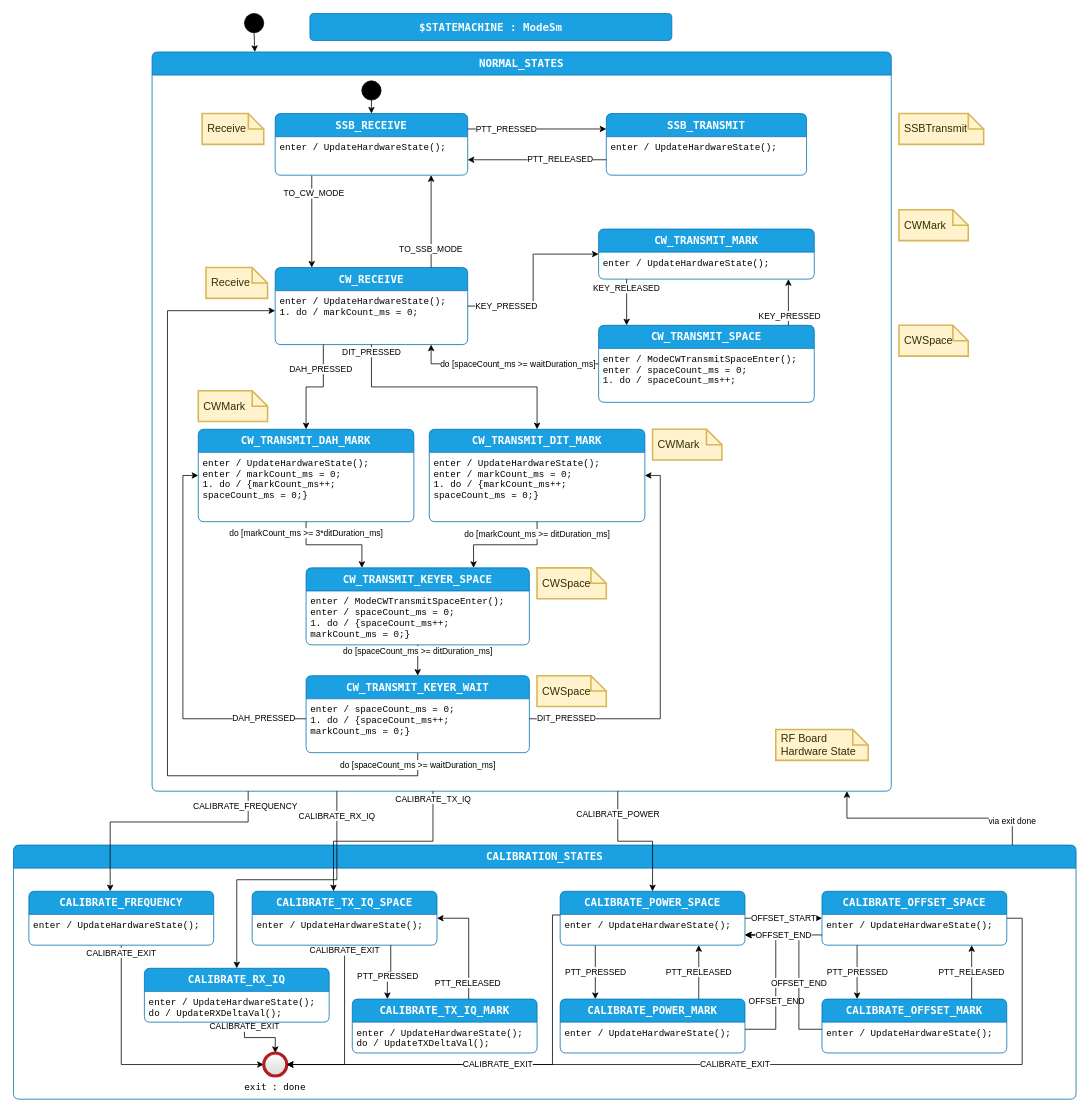
Above: page "design" (1 of 3) of code/src/PhoenixSketch/ModeSm.drawio in KI3P/Phoenix (draw.io), before the change. Source tidied: cells renumbered, new cells numbered last; positions are measured from the earlier drawing's top-left corner, leaving out a move shared by most shapes. Both pictures are drawn from the tidied source at 77%, with x=0, y=0 at pixel (13, 13).
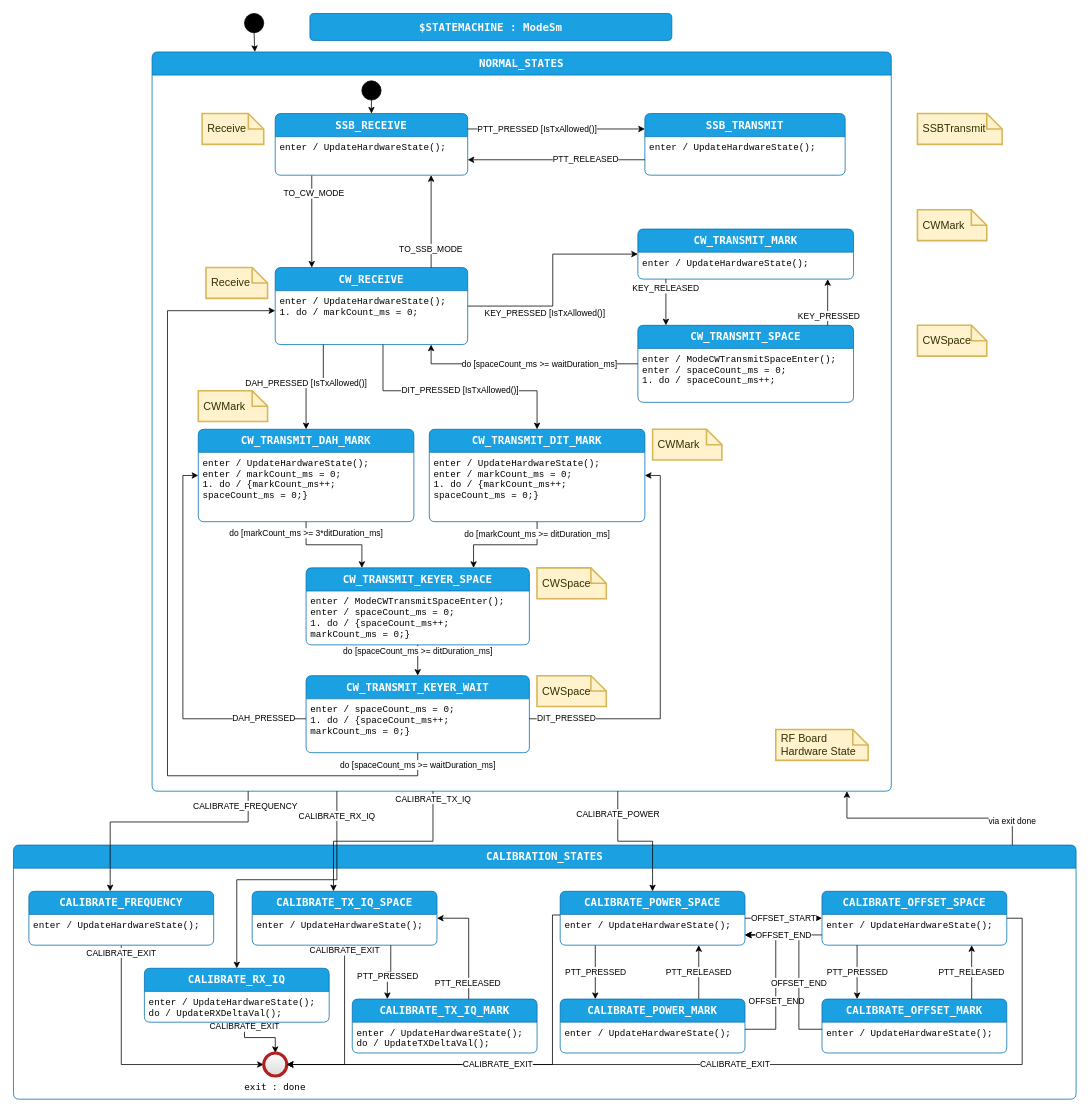
The same diagram, later.

The change refers to these unchanged cells:
```xml
<mxCell id="39" value="NORMAL_STATES" style="shape=swimlane;align=center;verticalAlign=top;fontFamily=Lucida Console;startSize=30;fontSize=14;fontStyle=1;fontColor=#ffffff;fillColor=#1ba1e2;swimlaneFillColor=default;rounded=1;arcSize=15;absoluteArcSize=1;points=[[0,0,0,0,0],[0,0.06,0,0,0],[0,0.13,0,0,0],[0,0.19,0,0,0],[0,0.25,0,0,0],[0,0.31,0,0,0],[0,0.38,0,0,0],[0,0.44,0,0,0],[0,0.5,0,0,0],[0,0.56,0,0,0],[0,0.63,0,0,0],[0,0.69,0,0,0],[0,0.75,0,0,0],[0,0.81,0,0,0],[0,0.88,0,0,0],[0,0.94,0,0,0],[0,1,0,0,0],[0.06,0,0,0,0],[0.06,1,0,0,0],[0.13,0,0,0,0],[0.13,1,0,0,0],[0.19,0,0,0,0],[0.19,1,0,0,0],[0.25,0,0,0,0],[0.25,1,0,0,0],[0.31,0,0,0,0],[0.31,1,0,0,0],[0.38,0,0,0,0],[0.38,1,0,0,0],[0.44,0,0,0,0],[0.44,1,0,0,0],[0.5,0,0,0,0],[0.5,1,0,0,0],[0.56,0,0,0,0],[0.56,1,0,0,0],[0.63,0,0,0,0],[0.63,1,0,0,0],[0.69,0,0,0,0],[0.69,1,0,0,0],[0.75,0,0,0,0],[0.75,1,0,0,0],[0.81,0,0,0,0],[0.81,1,0,0,0],[0.88,0,0,0,0],[0.88,1,0,0,0],[0.94,0,0,0,0],[0.94,1,0,0,0],[1,0,0,0,0],[1,0.06,0,0,0],[1,0.13,0,0,0],[1,0.19,0,0,0],[1,0.25,0,0,0],[1,0.31,0,0,0],[1,0.38,0,0,0],[1,0.44,0,0,0],[1,0.5,0,0,0],[1,0.56,0,0,0],[1,0.63,0,0,0],[1,0.69,0,0,0],[1,0.75,0,0,0],[1,0.81,0,0,0],[1,0.88,0,0,0],[1,0.94,0,0,0],[1,1,0,0,0]];strokeColor=#006EAF;" parent="1" vertex="1">
  <mxGeometry x="180" y="50" width="960" height="960" as="geometry" />
</mxCell>
<mxCell id="42" value="SSB_RECEIVE" style="shape=swimlane;align=center;verticalAlign=top;fontFamily=Lucida Console;startSize=30;fontSize=14;fontStyle=1;fontColor=#ffffff;fillColor=#1ba1e2;swimlaneFillColor=default;rounded=1;arcSize=15;absoluteArcSize=1;points=[[0,0,0,0,0],[0,0.06,0,0,0],[0,0.13,0,0,0],[0,0.19,0,0,0],[0,0.25,0,0,0],[0,0.31,0,0,0],[0,0.38,0,0,0],[0,0.44,0,0,0],[0,0.5,0,0,0],[0,0.56,0,0,0],[0,0.63,0,0,0],[0,0.69,0,0,0],[0,0.75,0,0,0],[0,0.81,0,0,0],[0,0.88,0,0,0],[0,0.94,0,0,0],[0,1,0,0,0],[0.06,0,0,0,0],[0.06,1,0,0,0],[0.13,0,0,0,0],[0.13,1,0,0,0],[0.19,0,0,0,0],[0.19,1,0,0,0],[0.25,0,0,0,0],[0.25,1,0,0,0],[0.31,0,0,0,0],[0.31,1,0,0,0],[0.38,0,0,0,0],[0.38,1,0,0,0],[0.44,0,0,0,0],[0.44,1,0,0,0],[0.5,0,0,0,0],[0.5,1,0,0,0],[0.56,0,0,0,0],[0.56,1,0,0,0],[0.63,0,0,0,0],[0.63,1,0,0,0],[0.69,0,0,0,0],[0.69,1,0,0,0],[0.75,0,0,0,0],[0.75,1,0,0,0],[0.81,0,0,0,0],[0.81,1,0,0,0],[0.88,0,0,0,0],[0.88,1,0,0,0],[0.94,0,0,0,0],[0.94,1,0,0,0],[1,0,0,0,0],[1,0.06,0,0,0],[1,0.13,0,0,0],[1,0.19,0,0,0],[1,0.25,0,0,0],[1,0.31,0,0,0],[1,0.38,0,0,0],[1,0.44,0,0,0],[1,0.5,0,0,0],[1,0.56,0,0,0],[1,0.63,0,0,0],[1,0.69,0,0,0],[1,0.75,0,0,0],[1,0.81,0,0,0],[1,0.88,0,0,0],[1,0.94,0,0,0],[1,1,0,0,0]];strokeColor=#006EAF;" parent="39" vertex="1">
  <mxGeometry x="159.9" y="80" width="250" height="80" as="geometry" />
</mxCell>
<mxCell id="44" value="CW_RECEIVE" style="shape=swimlane;align=center;verticalAlign=top;fontFamily=Lucida Console;startSize=30;fontSize=14;fontStyle=1;fontColor=#ffffff;fillColor=#1ba1e2;swimlaneFillColor=default;rounded=1;arcSize=15;absoluteArcSize=1;points=[[0,0,0,0,0],[0,0.06,0,0,0],[0,0.13,0,0,0],[0,0.19,0,0,0],[0,0.25,0,0,0],[0,0.31,0,0,0],[0,0.38,0,0,0],[0,0.44,0,0,0],[0,0.5,0,0,0],[0,0.56,0,0,0],[0,0.63,0,0,0],[0,0.69,0,0,0],[0,0.75,0,0,0],[0,0.81,0,0,0],[0,0.88,0,0,0],[0,0.94,0,0,0],[0,1,0,0,0],[0.06,0,0,0,0],[0.06,1,0,0,0],[0.13,0,0,0,0],[0.13,1,0,0,0],[0.19,0,0,0,0],[0.19,1,0,0,0],[0.25,0,0,0,0],[0.25,1,0,0,0],[0.31,0,0,0,0],[0.31,1,0,0,0],[0.38,0,0,0,0],[0.38,1,0,0,0],[0.44,0,0,0,0],[0.44,1,0,0,0],[0.5,0,0,0,0],[0.5,1,0,0,0],[0.56,0,0,0,0],[0.56,1,0,0,0],[0.63,0,0,0,0],[0.63,1,0,0,0],[0.69,0,0,0,0],[0.69,1,0,0,0],[0.75,0,0,0,0],[0.75,1,0,0,0],[0.81,0,0,0,0],[0.81,1,0,0,0],[0.88,0,0,0,0],[0.88,1,0,0,0],[0.94,0,0,0,0],[0.94,1,0,0,0],[1,0,0,0,0],[1,0.06,0,0,0],[1,0.13,0,0,0],[1,0.19,0,0,0],[1,0.25,0,0,0],[1,0.31,0,0,0],[1,0.38,0,0,0],[1,0.44,0,0,0],[1,0.5,0,0,0],[1,0.56,0,0,0],[1,0.63,0,0,0],[1,0.69,0,0,0],[1,0.75,0,0,0],[1,0.81,0,0,0],[1,0.88,0,0,0],[1,0.94,0,0,0],[1,1,0,0,0]];strokeColor=#006EAF;" parent="39" vertex="1">
  <mxGeometry x="159.9" y="280" width="250" height="100" as="geometry" />
</mxCell>
<mxCell id="61" value="CW_TRANSMIT_DIT_MARK" style="shape=swimlane;align=center;verticalAlign=top;fontFamily=Lucida Console;startSize=30;fontSize=14;fontStyle=1;fontColor=#ffffff;fillColor=#1ba1e2;swimlaneFillColor=default;rounded=1;arcSize=15;absoluteArcSize=1;points=[[0,0,0,0,0],[0,0.06,0,0,0],[0,0.13,0,0,0],[0,0.19,0,0,0],[0,0.25,0,0,0],[0,0.31,0,0,0],[0,0.38,0,0,0],[0,0.44,0,0,0],[0,0.5,0,0,0],[0,0.56,0,0,0],[0,0.63,0,0,0],[0,0.69,0,0,0],[0,0.75,0,0,0],[0,0.81,0,0,0],[0,0.88,0,0,0],[0,0.94,0,0,0],[0,1,0,0,0],[0.06,0,0,0,0],[0.06,1,0,0,0],[0.13,0,0,0,0],[0.13,1,0,0,0],[0.19,0,0,0,0],[0.19,1,0,0,0],[0.25,0,0,0,0],[0.25,1,0,0,0],[0.31,0,0,0,0],[0.31,1,0,0,0],[0.38,0,0,0,0],[0.38,1,0,0,0],[0.44,0,0,0,0],[0.44,1,0,0,0],[0.5,0,0,0,0],[0.5,1,0,0,0],[0.56,0,0,0,0],[0.56,1,0,0,0],[0.63,0,0,0,0],[0.63,1,0,0,0],[0.69,0,0,0,0],[0.69,1,0,0,0],[0.75,0,0,0,0],[0.75,1,0,0,0],[0.81,0,0,0,0],[0.81,1,0,0,0],[0.88,0,0,0,0],[0.88,1,0,0,0],[0.94,0,0,0,0],[0.94,1,0,0,0],[1,0,0,0,0],[1,0.06,0,0,0],[1,0.13,0,0,0],[1,0.19,0,0,0],[1,0.25,0,0,0],[1,0.31,0,0,0],[1,0.38,0,0,0],[1,0.44,0,0,0],[1,0.5,0,0,0],[1,0.56,0,0,0],[1,0.63,0,0,0],[1,0.69,0,0,0],[1,0.75,0,0,0],[1,0.81,0,0,0],[1,0.88,0,0,0],[1,0.94,0,0,0],[1,1,0,0,0]];strokeColor=#006EAF;" parent="39" vertex="1">
  <mxGeometry x="360" y="490" width="280" height="120" as="geometry" />
</mxCell>
<mxCell id="71" value="CW_TRANSMIT_DAH_MARK" style="shape=swimlane;align=center;verticalAlign=top;fontFamily=Lucida Console;startSize=30;fontSize=14;fontStyle=1;fontColor=#ffffff;fillColor=#1ba1e2;swimlaneFillColor=default;rounded=1;arcSize=15;absoluteArcSize=1;points=[[0,0,0,0,0],[0,0.06,0,0,0],[0,0.13,0,0,0],[0,0.19,0,0,0],[0,0.25,0,0,0],[0,0.31,0,0,0],[0,0.38,0,0,0],[0,0.44,0,0,0],[0,0.5,0,0,0],[0,0.56,0,0,0],[0,0.63,0,0,0],[0,0.69,0,0,0],[0,0.75,0,0,0],[0,0.81,0,0,0],[0,0.88,0,0,0],[0,0.94,0,0,0],[0,1,0,0,0],[0.06,0,0,0,0],[0.06,1,0,0,0],[0.13,0,0,0,0],[0.13,1,0,0,0],[0.19,0,0,0,0],[0.19,1,0,0,0],[0.25,0,0,0,0],[0.25,1,0,0,0],[0.31,0,0,0,0],[0.31,1,0,0,0],[0.38,0,0,0,0],[0.38,1,0,0,0],[0.44,0,0,0,0],[0.44,1,0,0,0],[0.5,0,0,0,0],[0.5,1,0,0,0],[0.56,0,0,0,0],[0.56,1,0,0,0],[0.63,0,0,0,0],[0.63,1,0,0,0],[0.69,0,0,0,0],[0.69,1,0,0,0],[0.75,0,0,0,0],[0.75,1,0,0,0],[0.81,0,0,0,0],[0.81,1,0,0,0],[0.88,0,0,0,0],[0.88,1,0,0,0],[0.94,0,0,0,0],[0.94,1,0,0,0],[1,0,0,0,0],[1,0.06,0,0,0],[1,0.13,0,0,0],[1,0.19,0,0,0],[1,0.25,0,0,0],[1,0.31,0,0,0],[1,0.38,0,0,0],[1,0.44,0,0,0],[1,0.5,0,0,0],[1,0.56,0,0,0],[1,0.63,0,0,0],[1,0.69,0,0,0],[1,0.75,0,0,0],[1,0.81,0,0,0],[1,0.88,0,0,0],[1,0.94,0,0,0],[1,1,0,0,0]];strokeColor=#006EAF;" parent="39" vertex="1">
  <mxGeometry x="60" y="490" width="280" height="120" as="geometry" />
</mxCell>
```

Diff of the diagram source:
```diff
@@
     <mxCell id="47" value="SSB_TRANSMIT" style="shape=swimlane;align=center;verticalAlign=top;fontFamily=Lucida Console;startSize=30;fontSize=14;fontStyle=1;fontColor=#ffffff;fillColor=#1ba1e2;swimlaneFillColor=default;rounded=1;arcSize=15;absoluteArcSize=1;points=[[0,0,0,0,0],[0,0.06,0,0,0],[0,0.13,0,0,0],[0,0.19,0,0,0],[0,0.25,0,0,0],[0,0.31,0,0,0],[0,0.38,0,0,0],[0,0.44,0,0,0],[0,0.5,0,0,0],[0,0.56,0,0,0],[0,0.63,0,0,0],[0,0.69,0,0,0],[0,0.75,0,0,0],[0,0.81,0,0,0],[0,0.88,0,0,0],[0,0.94,0,0,0],[0,1,0,0,0],[0.06,0,0,0,0],[0.06,1,0,0,0],[0.13,0,0,0,0],[0.13,1,0,0,0],[0.19,0,0,0,0],[0.19,1,0,0,0],[0.25,0,0,0,0],[0.25,1,0,0,0],[0.31,0,0,0,0],[0.31,1,0,0,0],[0.38,0,0,0,0],[0.38,1,0,0,0],[0.44,0,0,0,0],[0.44,1,0,0,0],[0.5,0,0,0,0],[0.5,1,0,0,0],[0.56,0,0,0,0],[0.56,1,0,0,0],[0.63,0,0,0,0],[0.63,1,0,0,0],[0.69,0,0,0,0],[0.69,1,0,0,0],[0.75,0,0,0,0],[0.75,1,0,0,0],[0.81,0,0,0,0],[0.81,1,0,0,0],[0.88,0,0,0,0],[0.88,1,0,0,0],[0.94,0,0,0,0],[0.94,1,0,0,0],[1,0,0,0,0],[1,0.06,0,0,0],[1,0.13,0,0,0],[1,0.19,0,0,0],[1,0.25,0,0,0],[1,0.31,0,0,0],[1,0.38,0,0,0],[1,0.44,0,0,0],[1,0.5,0,0,0],[1,0.56,0,0,0],[1,0.63,0,0,0],[1,0.69,0,0,0],[1,0.75,0,0,0],[1,0.81,0,0,0],[1,0.88,0,0,0],[1,0.94,0,0,0],[1,1,0,0,0]];strokeColor=#006EAF;" parent="39" vertex="1">
-      <mxGeometry x="589.9" y="80" width="260.1" height="80" as="geometry" />
+      <mxGeometry x="640" y="80" width="260.1" height="80" as="geometry" />
     </mxCell>
@@
-    <mxCell id="49" value="PTT_PRESSED" style="edgeStyle=orthogonalEdgeStyle;rounded=0;jettySize=auto;html=1;exitX=1;exitY=0.25;exitDx=0;exitDy=0;exitPerimeter=0;entryX=0;entryY=0.25;entryDx=0;entryDy=0;entryPerimeter=0;" parent="39" edge="1" source="42" target="47">
-      <mxGeometry x="-0.44" relative="1" as="geometry" />
+    <mxCell id="49" value="PTT_PRESSED&amp;nbsp;&lt;span style=&quot;background-color: light-dark(#ffffff, var(--ge-dark-color, #121212)); color: light-dark(rgb(0, 0, 0), rgb(255, 255, 255));&quot;&gt;[IsTxAllowed&lt;/span&gt;&lt;span style=&quot;color: light-dark(rgb(0, 0, 0), rgb(255, 255, 255)); background-color: light-dark(#ffffff, var(--ge-dark-color, #121212));&quot;&gt;()]&lt;/span&gt;" style="edgeStyle=orthogonalEdgeStyle;rounded=0;jettySize=auto;html=1;exitX=1;exitY=0.25;exitDx=0;exitDy=0;exitPerimeter=0;entryX=0;entryY=0.25;entryDx=0;entryDy=0;entryPerimeter=0;" parent="39" edge="1" source="42" target="47">
+      <mxGeometry x="-0.22" relative="1" as="geometry">
+        <Array as="points">
+          <mxPoint x="490" y="100" />
+          <mxPoint x="490" y="100" />
+        </Array>
+      </mxGeometry>
     </mxCell>
@@
     <mxCell id="51" value="CW_TRANSMIT_MARK" style="shape=swimlane;align=center;verticalAlign=top;fontFamily=Lucida Console;startSize=30;fontSize=14;fontStyle=1;fontColor=#ffffff;fillColor=#1ba1e2;swimlaneFillColor=default;rounded=1;arcSize=15;absoluteArcSize=1;points=[[0,0,0,0,0],[0,0.06,0,0,0],[0,0.13,0,0,0],[0,0.19,0,0,0],[0,0.25,0,0,0],[0,0.31,0,0,0],[0,0.38,0,0,0],[0,0.44,0,0,0],[0,0.5,0,0,0],[0,0.56,0,0,0],[0,0.63,0,0,0],[0,0.69,0,0,0],[0,0.75,0,0,0],[0,0.81,0,0,0],[0,0.88,0,0,0],[0,0.94,0,0,0],[0,1,0,0,0],[0.06,0,0,0,0],[0.06,1,0,0,0],[0.13,0,0,0,0],[0.13,1,0,0,0],[0.19,0,0,0,0],[0.19,1,0,0,0],[0.25,0,0,0,0],[0.25,1,0,0,0],[0.31,0,0,0,0],[0.31,1,0,0,0],[0.38,0,0,0,0],[0.38,1,0,0,0],[0.44,0,0,0,0],[0.44,1,0,0,0],[0.5,0,0,0,0],[0.5,1,0,0,0],[0.56,0,0,0,0],[0.56,1,0,0,0],[0.63,0,0,0,0],[0.63,1,0,0,0],[0.69,0,0,0,0],[0.69,1,0,0,0],[0.75,0,0,0,0],[0.75,1,0,0,0],[0.81,0,0,0,0],[0.81,1,0,0,0],[0.88,0,0,0,0],[0.88,1,0,0,0],[0.94,0,0,0,0],[0.94,1,0,0,0],[1,0,0,0,0],[1,0.06,0,0,0],[1,0.13,0,0,0],[1,0.19,0,0,0],[1,0.25,0,0,0],[1,0.31,0,0,0],[1,0.38,0,0,0],[1,0.44,0,0,0],[1,0.5,0,0,0],[1,0.56,0,0,0],[1,0.63,0,0,0],[1,0.69,0,0,0],[1,0.75,0,0,0],[1,0.81,0,0,0],[1,0.88,0,0,0],[1,0.94,0,0,0],[1,1,0,0,0]];strokeColor=#006EAF;" parent="39" vertex="1">
-      <mxGeometry x="579.9" y="230" width="280.1" height="65" as="geometry" />
+      <mxGeometry x="630.9" y="230" width="280.1" height="65" as="geometry" />
     </mxCell>
@@
     <mxCell id="53" value="CW_TRANSMIT_SPACE" style="shape=swimlane;align=center;verticalAlign=top;fontFamily=Lucida Console;startSize=30;fontSize=14;fontStyle=1;fontColor=#ffffff;fillColor=#1ba1e2;swimlaneFillColor=default;rounded=1;arcSize=15;absoluteArcSize=1;points=[[0,0,0,0,0],[0,0.06,0,0,0],[0,0.13,0,0,0],[0,0.19,0,0,0],[0,0.25,0,0,0],[0,0.31,0,0,0],[0,0.38,0,0,0],[0,0.44,0,0,0],[0,0.5,0,0,0],[0,0.56,0,0,0],[0,0.63,0,0,0],[0,0.69,0,0,0],[0,0.75,0,0,0],[0,0.81,0,0,0],[0,0.88,0,0,0],[0,0.94,0,0,0],[0,1,0,0,0],[0.06,0,0,0,0],[0.06,1,0,0,0],[0.13,0,0,0,0],[0.13,1,0,0,0],[0.19,0,0,0,0],[0.19,1,0,0,0],[0.25,0,0,0,0],[0.25,1,0,0,0],[0.31,0,0,0,0],[0.31,1,0,0,0],[0.38,0,0,0,0],[0.38,1,0,0,0],[0.44,0,0,0,0],[0.44,1,0,0,0],[0.5,0,0,0,0],[0.5,1,0,0,0],[0.56,0,0,0,0],[0.56,1,0,0,0],[0.63,0,0,0,0],[0.63,1,0,0,0],[0.69,0,0,0,0],[0.69,1,0,0,0],[0.75,0,0,0,0],[0.75,1,0,0,0],[0.81,0,0,0,0],[0.81,1,0,0,0],[0.88,0,0,0,0],[0.88,1,0,0,0],[0.94,0,0,0,0],[0.94,1,0,0,0],[1,0,0,0,0],[1,0.06,0,0,0],[1,0.13,0,0,0],[1,0.19,0,0,0],[1,0.25,0,0,0],[1,0.31,0,0,0],[1,0.38,0,0,0],[1,0.44,0,0,0],[1,0.5,0,0,0],[1,0.56,0,0,0],[1,0.63,0,0,0],[1,0.69,0,0,0],[1,0.75,0,0,0],[1,0.81,0,0,0],[1,0.88,0,0,0],[1,0.94,0,0,0],[1,1,0,0,0]];strokeColor=#006EAF;" parent="39" vertex="1">
-      <mxGeometry x="579.9" y="355" width="280.1" height="100" as="geometry" />
+      <mxGeometry x="630.9" y="355" width="280.1" height="100" as="geometry" />
     </mxCell>
@@
-    <mxCell id="57" value="KEY_PRESSED" style="edgeStyle=orthogonalEdgeStyle;rounded=0;jettySize=auto;html=1;entryX=0;entryY=0.5;entryDx=0;entryDy=0;entryPerimeter=0;exitX=1;exitY=0.5;exitDx=0;exitDy=0;exitPerimeter=0;" parent="39" edge="1" source="44" target="51">
-      <mxGeometry x="-0.58" relative="1" as="geometry" />
+    <mxCell id="57" value="KEY_PRESSED&amp;nbsp;&lt;span style=&quot;color: light-dark(rgb(0, 0, 0), rgb(255, 255, 255));&quot;&gt;[IsTxAllowed&lt;/span&gt;&lt;span style=&quot;color: light-dark(rgb(0, 0, 0), rgb(255, 255, 255));&quot;&gt;()]&lt;/span&gt;" style="edgeStyle=orthogonalEdgeStyle;rounded=0;jettySize=auto;html=1;entryX=0;entryY=0.5;entryDx=0;entryDy=0;entryPerimeter=0;exitX=1;exitY=0.5;exitDx=0;exitDy=0;exitPerimeter=0;" parent="39" edge="1" source="44" target="51">
+      <mxGeometry x="-0.31" y="-10" relative="1" as="geometry" />
     </mxCell>
@@
-    <mxCell id="59" value="DAH_PRESSED" style="edgeStyle=orthogonalEdgeStyle;rounded=0;jettySize=auto;html=1;entryX=0.5;entryY=0;entryDx=0;entryDy=0;entryPerimeter=0;exitX=0.25;exitY=1;exitDx=0;exitDy=0;exitPerimeter=0;" parent="39" edge="1" source="44" target="71">
-      <mxGeometry x="-0.52" y="-3" relative="1" as="geometry" />
+    <mxCell id="59" value="DAH_PRESSED&amp;nbsp;&lt;span style=&quot;color: light-dark(rgb(0, 0, 0), rgb(255, 255, 255));&quot;&gt;[IsTxAllowed&lt;/span&gt;&lt;span style=&quot;color: light-dark(rgb(0, 0, 0), rgb(255, 255, 255));&quot;&gt;()]&lt;/span&gt;" style="edgeStyle=orthogonalEdgeStyle;rounded=0;jettySize=auto;html=1;entryX=0.5;entryY=0;entryDx=0;entryDy=0;entryPerimeter=0;exitX=0.25;exitY=1;exitDx=0;exitDy=0;exitPerimeter=0;" parent="39" edge="1" source="44" target="71">
+      <mxGeometry x="0.17" y="-5" relative="1" as="geometry">
+        <mxPoint x="5" y="-5" as="offset" />
+      </mxGeometry>
     </mxCell>
@@
-    <mxCell id="74" value="DIT_PRESSED" style="edgeStyle=orthogonalEdgeStyle;rounded=0;jettySize=auto;html=1;exitX=0.5;exitY=1;exitDx=0;exitDy=0;exitPerimeter=0;entryX=0.5;entryY=0;entryDx=0;entryDy=0;entryPerimeter=0;" parent="39" edge="1" source="44" target="61">
-      <mxGeometry x="-0.94" relative="1" as="geometry" />
+    <mxCell id="74" value="DIT_PRESSED&amp;nbsp;&lt;span style=&quot;color: light-dark(rgb(0, 0, 0), rgb(255, 255, 255));&quot;&gt;[IsTxAllowed&lt;/span&gt;&lt;span style=&quot;color: light-dark(rgb(0, 0, 0), rgb(255, 255, 255));&quot;&gt;()]&lt;/span&gt;" style="edgeStyle=orthogonalEdgeStyle;rounded=0;jettySize=auto;html=1;exitX=0.56;exitY=1;exitDx=0;exitDy=0;exitPerimeter=0;entryX=0.5;entryY=0;entryDx=0;entryDy=0;entryPerimeter=0;" parent="39" edge="1" source="44" target="61">
+      <mxGeometry x="0.03" relative="1" as="geometry">
+        <Array as="points">
+          <mxPoint x="300" y="440" />
+          <mxPoint x="500" y="440" />
+        </Array>
+      </mxGeometry>
     </mxCell>
@@
     <mxCell id="92" value="SSBTransmit" style="shape=note;strokeWidth=2;fontSize=14;size=20;whiteSpace=wrap;html=1;fillColor=#fff2cc;strokeColor=#d6b656;fontColor=#303000;align=left;spacingLeft=5;" parent="1" vertex="1">
-      <mxGeometry x="1150" y="130" width="110" height="40" as="geometry" />
+      <mxGeometry x="1174" y="130" width="110" height="40" as="geometry" />
     </mxCell>
     <mxCell id="93" value="CWMark" style="shape=note;strokeWidth=2;fontSize=14;size=20;whiteSpace=wrap;html=1;fillColor=#fff2cc;strokeColor=#d6b656;fontColor=#303000;align=left;spacingLeft=5;" parent="1" vertex="1">
-      <mxGeometry x="1150" y="255" width="90" height="40" as="geometry" />
+      <mxGeometry x="1174" y="255" width="90" height="40" as="geometry" />
     </mxCell>
     <mxCell id="94" value="CWSpace" style="shape=note;strokeWidth=2;fontSize=14;size=20;whiteSpace=wrap;html=1;fillColor=#fff2cc;strokeColor=#d6b656;fontColor=#303000;align=left;spacingLeft=5;" parent="1" vertex="1">
-      <mxGeometry x="1150" y="405" width="90" height="40" as="geometry" />
+      <mxGeometry x="1174" y="405" width="90" height="40" as="geometry" />
     </mxCell>
```
